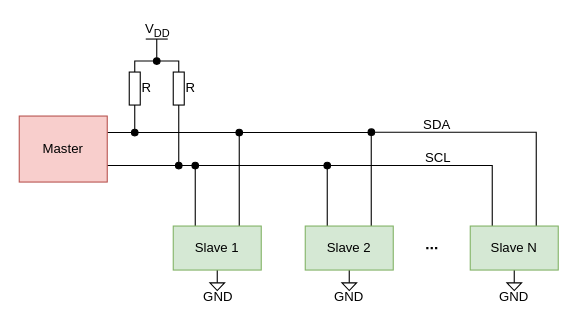
Earlier version of the draw.io diagram images/svg/drawio/i2c-sbernice.drawio (RomLab/diploma-thesis). Source tidied: cells renumbered, new cells numbered last; positions are measured from the earlier drawing's top-left corner, leaving out a move shared by most shapes. Both pictures are drawn from the tidied source at 110%, with x=0, y=0 at pixel (19, 19).
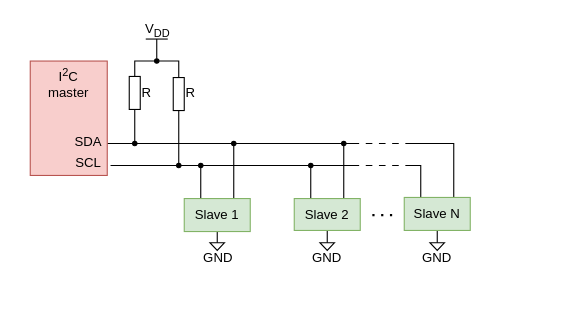
Above is the later version.

What changed in the source:
```diff
@@
-    <mxCell id="2" style="edgeStyle=orthogonalEdgeStyle;rounded=0;jettySize=auto;html=1;exitX=1;exitY=0.75;exitDx=0;exitDy=0;entryX=0.25;entryY=0;entryDx=0;entryDy=0;strokeWidth=1;endArrow=none;endFill=0;" parent="1" edge="1" source="4" target="6">
-      <mxGeometry relative="1" as="geometry" />
+    <mxCell id="2" style="edgeStyle=orthogonalEdgeStyle;rounded=0;jettySize=auto;html=1;strokeWidth=1;endArrow=none;endFill=0;entryX=0.25;entryY=0;entryDx=0;entryDy=0;" parent="1" edge="1" source="33" target="6">
+      <mxGeometry relative="1" as="geometry">
+        <Array as="points">
+          <mxPoint x="80" y="133" />
+          <mxPoint x="165" y="133" />
+        </Array>
+      </mxGeometry>
     </mxCell>
-    <mxCell id="3" style="edgeStyle=orthogonalEdgeStyle;rounded=0;jettySize=auto;html=1;exitX=1;exitY=0.25;exitDx=0;exitDy=0;entryX=0.75;entryY=0;entryDx=0;entryDy=0;endArrow=none;endFill=0;strokeWidth=1;" parent="1" edge="1" source="4" target="6">
-      <mxGeometry relative="1" as="geometry" />
+    <mxCell id="3" style="edgeStyle=orthogonalEdgeStyle;rounded=0;jettySize=auto;html=1;entryX=0.75;entryY=0;entryDx=0;entryDy=0;endArrow=none;endFill=0;strokeWidth=1;" parent="1" edge="1" target="6">
+      <mxGeometry relative="1" as="geometry">
+        <mxPoint x="80" y="113" as="sourcePoint" />
+        <Array as="points">
+          <mxPoint x="80" y="113" />
+          <mxPoint x="195" y="113" />
+        </Array>
+      </mxGeometry>
     </mxCell>
-    <mxCell id="4" value="Master" style="whiteSpace=wrap;html=1;fillColor=#f8cecc;strokeColor=#b85450;" parent="1" vertex="1">
-      <mxGeometry y="88" width="80" height="60" as="geometry" />
+    <mxCell id="4" style="whiteSpace=wrap;html=1;fillColor=#f8cecc;strokeColor=#b85450;" parent="1" vertex="1">
+      <mxGeometry x="10" y="38" width="70" height="104" as="geometry" />
     </mxCell>
@@
     <mxCell id="6" value="Slave 1" style="whiteSpace=wrap;html=1;fillColor=#d5e8d4;strokeColor=#82b366;" parent="1" vertex="1">
-      <mxGeometry x="140" y="188" width="80" height="40" as="geometry" />
+      <mxGeometry x="150" y="163" width="60" height="30" as="geometry" />
     </mxCell>
-    <mxCell id="7" style="edgeStyle=orthogonalEdgeStyle;rounded=0;jettySize=auto;html=1;exitX=0.25;exitY=0;exitDx=0;exitDy=0;strokeWidth=1;endArrow=oval;endFill=1;" parent="1" edge="1" source="10">
+    <mxCell id="7" style="edgeStyle=orthogonalEdgeStyle;rounded=0;jettySize=auto;html=1;exitX=0.25;exitY=0;exitDx=0;exitDy=0;strokeWidth=1;endArrow=oval;endFill=1;startSize=4;endSize=4;" parent="1" edge="1" source="10">
       <mxGeometry relative="1" as="geometry">
-        <mxPoint x="160" y="133" as="targetPoint" />
+        <mxPoint x="165" y="133" as="targetPoint" />
         <Array as="points">
           <mxPoint x="280" y="133" />
           <mxPoint x="160" y="133" />
         </Array>
       </mxGeometry>
     </mxCell>
-    <mxCell id="8" style="edgeStyle=orthogonalEdgeStyle;rounded=0;jettySize=auto;html=1;exitX=0.75;exitY=0;exitDx=0;exitDy=0;endArrow=oval;endFill=1;strokeWidth=1;" parent="1" edge="1" source="10">
+    <mxCell id="8" style="edgeStyle=orthogonalEdgeStyle;rounded=0;orthogonalLoop=1;jettySize=auto;html=1;exitX=0.75;exitY=0;exitDx=0;exitDy=0;endArrow=oval;endFill=1;strokeWidth=1;endSize=4;" parent="1" edge="1">
       <mxGeometry relative="1" as="geometry">
-        <mxPoint x="200" y="103" as="targetPoint" />
+        <mxPoint x="295" y="173" as="sourcePoint" />
+        <mxPoint x="195" y="113" as="targetPoint" />
         <Array as="points">
-          <mxPoint x="320" y="103" />
-          <mxPoint x="200" y="103" />
+          <mxPoint x="295" y="113" />
         </Array>
       </mxGeometry>
     </mxCell>
@@
     <mxCell id="10" value="Slave 2" style="whiteSpace=wrap;html=1;fillColor=#d5e8d4;strokeColor=#82b366;" parent="1" vertex="1">
-      <mxGeometry x="260" y="188" width="80" height="40" as="geometry" />
+      <mxGeometry x="250" y="163" width="60" height="29" as="geometry" />
     </mxCell>
-    <mxCell id="11" style="edgeStyle=orthogonalEdgeStyle;rounded=0;jettySize=auto;html=1;exitX=0.25;exitY=0;exitDx=0;exitDy=0;endArrow=oval;endFill=1;strokeWidth=1;" parent="1" edge="1" source="14">
+    <mxCell id="11" style="edgeStyle=orthogonalEdgeStyle;rounded=0;jettySize=auto;html=1;exitX=0.25;exitY=0;exitDx=0;exitDy=0;endArrow=oval;endFill=1;strokeWidth=1;startSize=4;endSize=4;" parent="1" edge="1" source="14">
       <mxGeometry relative="1" as="geometry">
-        <mxPoint x="280" y="133" as="targetPoint" />
+        <mxPoint x="265" y="133" as="targetPoint" />
         <Array as="points">
-          <mxPoint x="430" y="133" />
-          <mxPoint x="281" y="133" />
+          <mxPoint x="365" y="133" />
         </Array>
       </mxGeometry>
     </mxCell>
-    <mxCell id="12" style="edgeStyle=orthogonalEdgeStyle;rounded=0;jettySize=auto;html=1;exitX=0.75;exitY=0;exitDx=0;exitDy=0;endArrow=oval;endFill=1;strokeWidth=1;" parent="1" edge="1" source="14">
+    <mxCell id="12" style="edgeStyle=orthogonalEdgeStyle;rounded=0;orthogonalLoop=1;jettySize=auto;html=1;exitX=0.75;exitY=0;exitDx=0;exitDy=0;endArrow=oval;endFill=1;strokeWidth=1;endSize=4;startSize=4;" parent="1" edge="1">
       <mxGeometry relative="1" as="geometry">
-        <mxPoint x="320.1" y="102.7" as="targetPoint" />
+        <mxPoint x="395" y="172" as="sourcePoint" />
+        <mxPoint x="295" y="113" as="targetPoint" />
         <Array as="points">
-          <mxPoint x="470" y="103" />
-          <mxPoint x="320" y="103" />
+          <mxPoint x="395" y="113" />
         </Array>
       </mxGeometry>
     </mxCell>
     <mxCell id="13" style="edgeStyle=orthogonalEdgeStyle;rounded=0;jettySize=auto;html=1;exitX=0.5;exitY=1;exitDx=0;exitDy=0;entryX=0;entryY=0.5;entryDx=0;entryDy=0;startArrow=none;startFill=0;endArrow=none;endFill=0;strokeWidth=1;" parent="1" edge="1" source="14" target="28">
-      <mxGeometry relative="1" as="geometry" />
+      <mxGeometry relative="1" as="geometry">
+        <Array as="points">
+          <mxPoint x="380" y="203" />
+          <mxPoint x="380" y="203" />
+        </Array>
+      </mxGeometry>
     </mxCell>
     <mxCell id="14" value="Slave N" style="whiteSpace=wrap;html=1;fillColor=#d5e8d4;strokeColor=#82b366;" parent="1" vertex="1">
-      <mxGeometry x="410" y="188" width="80" height="40" as="geometry" />
+      <mxGeometry x="350" y="162" width="60" height="30" as="geometry" />
     </mxCell>
-    <mxCell id="15" style="endArrow=none;dashed=1;html=1;dashPattern=1 1;strokeWidth=2;" parent="1" edge="1">
-      <mxGeometry relative="1" as="geometry">
-        <mxPoint x="370" y="208" as="sourcePoint" />
-        <mxPoint x="380" y="208" as="targetPoint" />
-      </mxGeometry>
-    </mxCell>
-    <mxCell id="16" style="edgeStyle=orthogonalEdgeStyle;rounded=0;jettySize=auto;html=1;endArrow=oval;endFill=1;strokeWidth=1;" parent="1" edge="1" source="18">
+    <mxCell id="16" style="edgeStyle=orthogonalEdgeStyle;rounded=0;jettySize=auto;html=1;endArrow=oval;endFill=1;strokeWidth=1;endSize=4;startSize=4;" parent="1" edge="1" source="18">
       <mxGeometry relative="1" as="geometry">
-        <mxPoint x="105" y="103" as="targetPoint" />
+        <mxPoint x="105" y="113" as="targetPoint" />
         <Array as="points">
           <mxPoint x="105" y="88" />
           <mxPoint x="105" y="88" />
         </Array>
       </mxGeometry>
     </mxCell>
@@
     <mxCell id="18" style="rounded=0;whiteSpace=wrap;html=1;fillColor=none;" parent="1" vertex="1">
-      <mxGeometry x="100" y="48" width="10" height="30" as="geometry" />
+      <mxGeometry x="100" y="52" width="10" height="30" as="geometry" />
     </mxCell>
-    <mxCell id="19" style="edgeStyle=orthogonalEdgeStyle;rounded=0;jettySize=auto;html=1;endArrow=oval;endFill=1;strokeWidth=1;" parent="1" edge="1" source="20">
+    <mxCell id="19" style="edgeStyle=orthogonalEdgeStyle;rounded=0;jettySize=auto;html=1;endArrow=oval;endFill=1;strokeWidth=1;endSize=4;startSize=4;" parent="1" edge="1" source="20">
       <mxGeometry relative="1" as="geometry">
         <mxPoint x="145" y="133" as="targetPoint" />
       </mxGeometry>
     </mxCell>
     <mxCell id="20" style="rounded=0;whiteSpace=wrap;html=1;fillColor=none;" parent="1" vertex="1">
-      <mxGeometry x="140" y="48" width="10" height="30" as="geometry" />
+      <mxGeometry x="140" y="53" width="10" height="30" as="geometry" />
     </mxCell>
     <mxCell id="21" value="R" style="text;html=1;strokeColor=none;fillColor=none;align=center;verticalAlign=middle;whiteSpace=wrap;rounded=0;" parent="1" vertex="1">
-      <mxGeometry x="111" y="53" width="10" height="20" as="geometry" />
+      <mxGeometry x="111" y="57" width="10" height="20" as="geometry" />
     </mxCell>
     <mxCell id="22" value="R" style="text;html=1;strokeColor=none;fillColor=none;align=center;verticalAlign=middle;whiteSpace=wrap;rounded=0;" parent="1" vertex="1">
-      <mxGeometry x="151" y="53" width="10" height="20" as="geometry" />
+      <mxGeometry x="151" y="57" width="10" height="20" as="geometry" />
     </mxCell>
-    <mxCell id="23" style="endArrow=none;html=1;strokeWidth=1;endFill=0;startArrow=oval;startFill=1;" parent="1" edge="1">
+    <mxCell id="23" style="endArrow=none;html=1;strokeWidth=1;endFill=0;startArrow=oval;startFill=1;endSize=4;startSize=4;" parent="1" edge="1">
       <mxGeometry relative="1" as="geometry">
         <mxPoint x="125" y="38" as="sourcePoint" />
         <mxPoint x="125" y="18" as="targetPoint" />
       </mxGeometry>
     </mxCell>
@@
     <mxCell id="26" style="triangle;whiteSpace=wrap;html=1;fillColor=none;rotation=90;" parent="1" vertex="1">
-      <mxGeometry x="176.5" y="236.5" width="7" height="13.3" as="geometry" />
+      <mxGeometry x="176.5" y="200" width="7" height="13.3" as="geometry" />
     </mxCell>
     <mxCell id="27" style="triangle;whiteSpace=wrap;html=1;fillColor=none;rotation=90;" parent="1" vertex="1">
-      <mxGeometry x="296.5" y="236.5" width="7" height="13.3" as="geometry" />
+      <mxGeometry x="276.5" y="200" width="7" height="13.3" as="geometry" />
     </mxCell>
     <mxCell id="28" style="triangle;whiteSpace=wrap;html=1;fillColor=none;rotation=90;" parent="1" vertex="1">
-      <mxGeometry x="446.5" y="236.5" width="7" height="13.3" as="geometry" />
+      <mxGeometry x="376.5" y="200" width="7" height="13.3" as="geometry" />
     </mxCell>
     <mxCell id="29" value="GND" style="text;html=1;strokeColor=none;fillColor=none;align=center;verticalAlign=middle;whiteSpace=wrap;rounded=0;" parent="1" vertex="1">
-      <mxGeometry x="161" y="243" width="40" height="20" as="geometry" />
+      <mxGeometry x="161" y="206.5" width="40" height="20" as="geometry" />
     </mxCell>
     <mxCell id="30" value="GND" style="text;html=1;strokeColor=none;fillColor=none;align=center;verticalAlign=middle;whiteSpace=wrap;rounded=0;" parent="1" vertex="1">
-      <mxGeometry x="280" y="243" width="40" height="20" as="geometry" />
+      <mxGeometry x="260" y="206.5" width="40" height="20" as="geometry" />
     </mxCell>
     <mxCell id="31" value="GND" style="text;html=1;strokeColor=none;fillColor=none;align=center;verticalAlign=middle;whiteSpace=wrap;rounded=0;" parent="1" vertex="1">
-      <mxGeometry x="430" y="243" width="40" height="20" as="geometry" />
+      <mxGeometry x="359.5" y="206.5" width="40" height="20" as="geometry" />
     </mxCell>
     <mxCell id="32" value="SDA" style="text;html=1;strokeColor=none;fillColor=none;align=center;verticalAlign=middle;whiteSpace=wrap;rounded=0;" parent="1" vertex="1">
-      <mxGeometry x="360" y="86" width="40" height="20" as="geometry" />
+      <mxGeometry x="43" y="102" width="40" height="20" as="geometry" />
     </mxCell>
     <mxCell id="33" value="SCL" style="text;html=1;strokeColor=none;fillColor=none;align=center;verticalAlign=middle;whiteSpace=wrap;rounded=0;" parent="1" vertex="1">
-      <mxGeometry x="361" y="116" width="40" height="20" as="geometry" />
+      <mxGeometry x="43" y="121" width="40" height="20" as="geometry" />
     </mxCell>
+    <mxCell id="34" value="I&lt;sup&gt;2&lt;/sup&gt;C master" style="text;html=1;strokeColor=none;fillColor=none;align=center;verticalAlign=middle;whiteSpace=wrap;rounded=0;" parent="1" vertex="1">
+      <mxGeometry x="25" y="48" width="40" height="20" as="geometry" />
+    </mxCell>
+    <mxCell id="35" style="endArrow=none;dashed=1;html=1;strokeColor=#FFFFFF;strokeWidth=2;" parent="1" edge="1">
+      <mxGeometry relative="1" as="geometry">
+        <mxPoint x="309" y="113" as="sourcePoint" />
+        <mxPoint x="352" y="113" as="targetPoint" />
+      </mxGeometry>
+    </mxCell>
+    <mxCell id="36" style="endArrow=none;dashed=1;html=1;strokeColor=#FFFFFF;strokeWidth=2;" parent="1" edge="1">
+      <mxGeometry relative="1" as="geometry">
+        <mxPoint x="309" y="133" as="sourcePoint" />
+        <mxPoint x="352" y="133" as="targetPoint" />
+      </mxGeometry>
+    </mxCell>
+    <mxCell id="37" style="endArrow=none;dashed=1;html=1;dashPattern=1 3;strokeWidth=2;" parent="1" edge="1">
+      <mxGeometry relative="1" as="geometry">
+        <mxPoint x="321" y="178" as="sourcePoint" />
+        <mxPoint x="341" y="178" as="targetPoint" />
+      </mxGeometry>
+    </mxCell>
```
